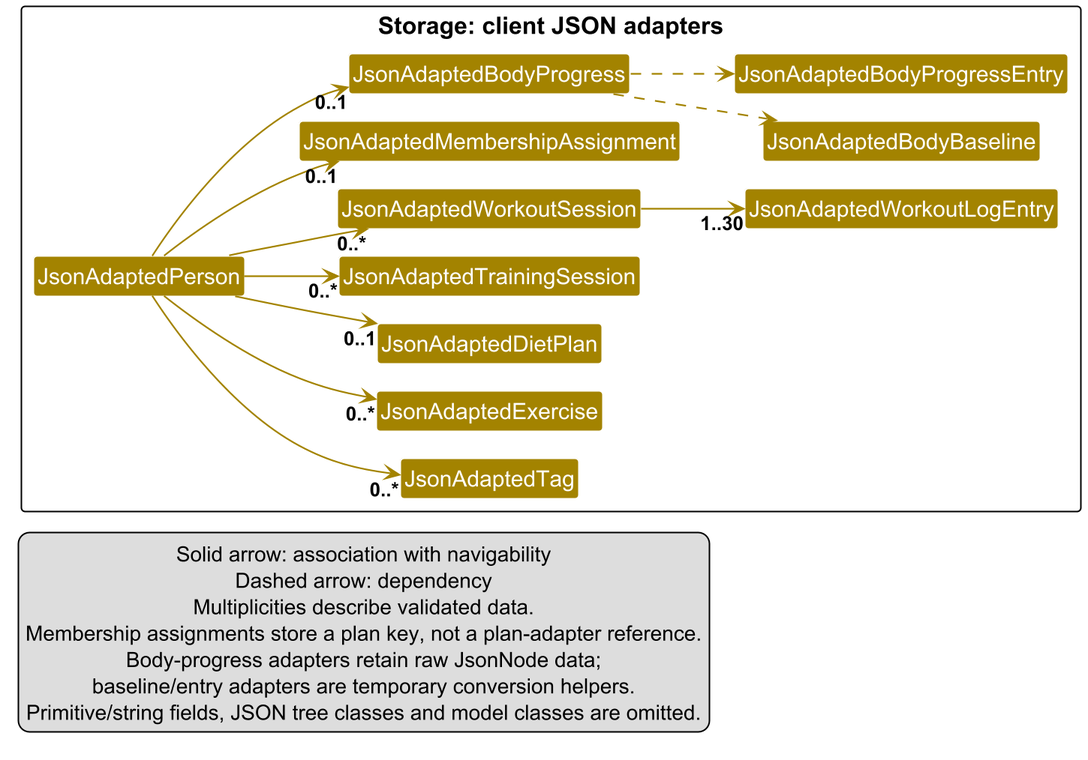
Before: docs/images/ClientStorageClassDiagram.png, a diagram exported from PlantUML (AY2627S1-CS2103T-T14-1/tp).
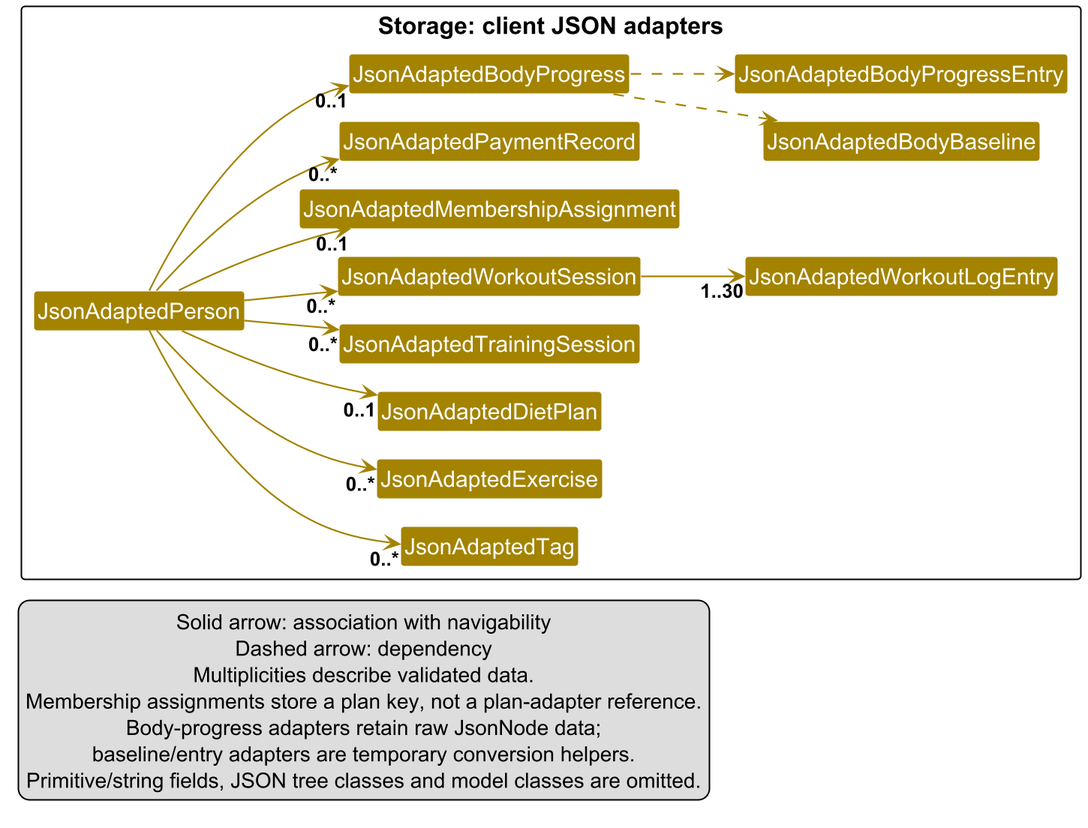
Above is the later version.

Commit message:
Include payment records in Storage diagrams

Diff of the diagram source:
```diff
@@ -18,6 +18,7 @@
     class JsonAdaptedWorkoutSession
     class JsonAdaptedWorkoutLogEntry
     class JsonAdaptedMembershipAssignment
+    class JsonAdaptedPaymentRecord
     class JsonAdaptedBodyProgress
     class JsonAdaptedBodyBaseline
     class JsonAdaptedBodyProgressEntry
@@ -25,6 +26,7 @@
 
 JsonAdaptedPerson --> "0..1" JsonAdaptedBodyProgress
 JsonAdaptedPerson --> "0..1" JsonAdaptedMembershipAssignment
+JsonAdaptedPerson --> "0..*" JsonAdaptedPaymentRecord
 JsonAdaptedPerson --> "0..*" JsonAdaptedWorkoutSession
 JsonAdaptedPerson --> "0..*" JsonAdaptedTrainingSession
 JsonAdaptedPerson --> "0..1" JsonAdaptedDietPlan
```
